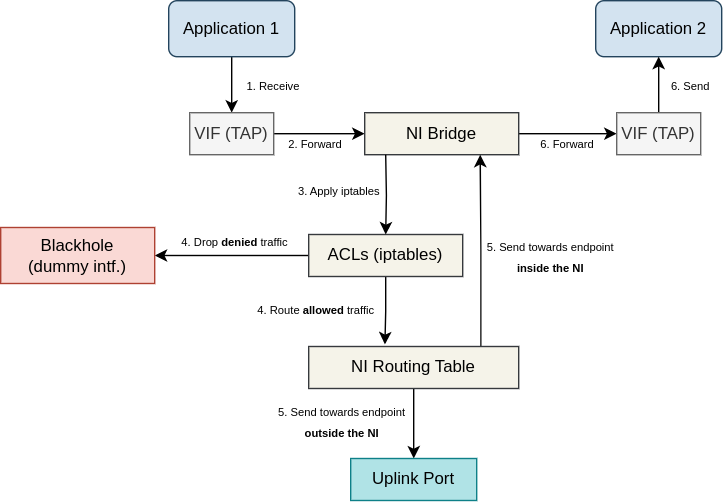
Earlier version of the draw.io export docs/images/eve-app-packet-flow.png (lf-edge/eve). Source tidied: cells renumbered, new cells last; positions are measured from the earlier drawing's top-left corner, leaving out a move shared by most shapes.
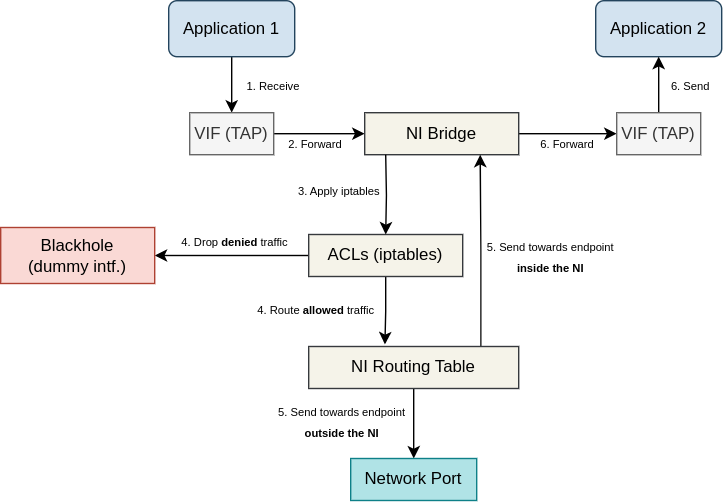
After the commit.

Change to the diagram source:
```diff
@@ -55,7 +55,7 @@
     <mxCell id="18" value="Blackhole &lt;br&gt;(dummy intf.)" style="rounded=0;whiteSpace=wrap;html=1;fillColor=#fad9d5;strokeColor=#ae4132;" parent="1" vertex="1">
       <mxGeometry y="162" width="110" height="40" as="geometry" />
     </mxCell>
-    <mxCell id="19" value="Uplink Port" style="rounded=0;whiteSpace=wrap;html=1;fillColor=#b0e3e6;strokeColor=#0e8088;" parent="1" vertex="1">
+    <mxCell id="19" value="Network Port" style="rounded=0;whiteSpace=wrap;html=1;fillColor=#b0e3e6;strokeColor=#0e8088;" parent="1" vertex="1">
       <mxGeometry x="250" y="327" width="90" height="30" as="geometry" />
     </mxCell>
     <mxCell id="20" value="&lt;font style=&quot;font-size: 8px;&quot;&gt;1. Receive&lt;/font&gt;" style="text;html=1;strokeColor=none;fillColor=none;align=center;verticalAlign=middle;whiteSpace=wrap;rounded=0;" parent="1" vertex="1">
```
